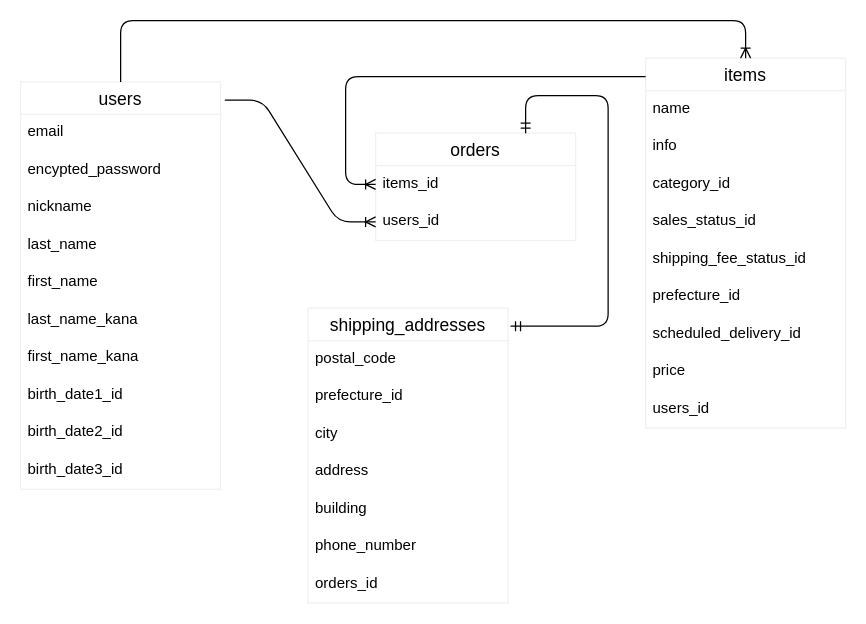
mathsr190/furima-36687 keeps this draw.io diagram as er.dio. Above is the earlier version. Source tidied: cells renumbered, new cells numbered last; positions are measured from the earlier drawing's top-left corner, leaving out a move shared by most shapes. Both pictures are drawn from the tidied source at 125%, with x=0, y=0 at pixel (20, 20).
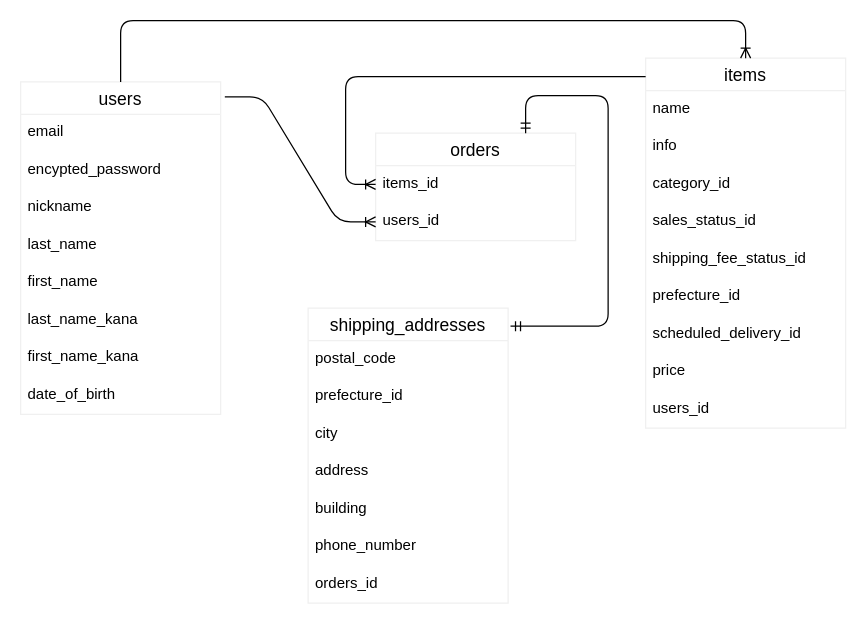
After the change.

The edit, as a diff of the source:
```diff
@@
     <mxCell id="2" value="users" style="swimlane;fontStyle=0;horizontal=1;startSize=26;align=center;fontSize=14;strokeColor=#F0F0F0;" parent="1" vertex="1">
-      <mxGeometry y="49" width="160" height="326" as="geometry" />
+      <mxGeometry y="49" width="160" height="266" as="geometry" />
     </mxCell>
@@
-    <mxCell id="10" value="birth_date1_id" style="text;strokeColor=none;fillColor=none;spacingLeft=4;spacingRight=4;overflow=hidden;fontSize=12;" parent="2" vertex="1">
+    <mxCell id="10" value="date_of_birth" style="text;strokeColor=none;fillColor=none;spacingLeft=4;spacingRight=4;overflow=hidden;fontSize=12;" parent="2" vertex="1">
       <mxGeometry y="236" width="160" height="30" as="geometry" />
     </mxCell>
-    <mxCell id="11" value="birth_date2_id" style="text;strokeColor=none;fillColor=none;spacingLeft=4;spacingRight=4;overflow=hidden;fontSize=12;" parent="2" vertex="1">
-      <mxGeometry y="266" width="160" height="30" as="geometry" />
-    </mxCell>
-    <mxCell id="12" value="birth_date3_id" style="text;strokeColor=none;fillColor=none;spacingLeft=4;spacingRight=4;overflow=hidden;fontSize=12;" parent="2" vertex="1">
-      <mxGeometry y="296" width="160" height="30" as="geometry" />
-    </mxCell>
```
